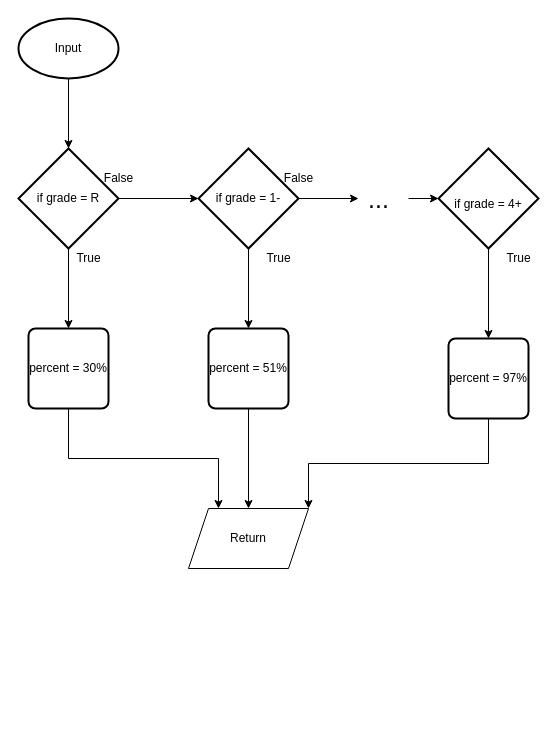
The draw.io diagram flowchart.drawio in Ethan-Prieur1/ICS3U-Unit5-03-Python, before the edit. Source tidied: cells renumbered, new cells numbered last; positions are measured from the earlier drawing's top-left corner, leaving out a move shared by most shapes. Both pictures are drawn from the tidied source at 100%, with x=0, y=0 at pixel (18, 18).
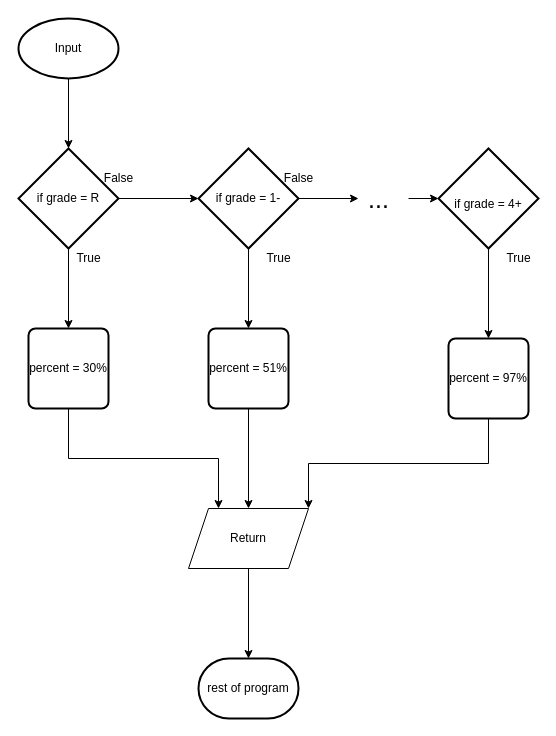
After the change.

Commit message (it also covers changes not shown here):
boom shakalakka

Unchanged cells that the change refers to:
```xml
<mxCell id="25" value="Return" style="shape=parallelogram;perimeter=parallelogramPerimeter;whiteSpace=wrap;html=1;fixedSize=1;" parent="1" vertex="1">
  <mxGeometry x="170" y="490" width="120" height="60" as="geometry" />
</mxCell>
```

Change to the diagram source:
```diff
@@
+    <mxCell id="26" style="edgeStyle=none;html=1;" parent="1" edge="1" source="25" target="27">
+      <mxGeometry relative="1" as="geometry" />
+    </mxCell>
@@
+    <mxCell id="27" value="rest of program" style="strokeWidth=2;html=1;shape=mxgraph.flowchart.terminator;whiteSpace=wrap;" parent="1" vertex="1">
+      <mxGeometry x="180" y="640" width="100" height="60" as="geometry" />
+    </mxCell>
```
